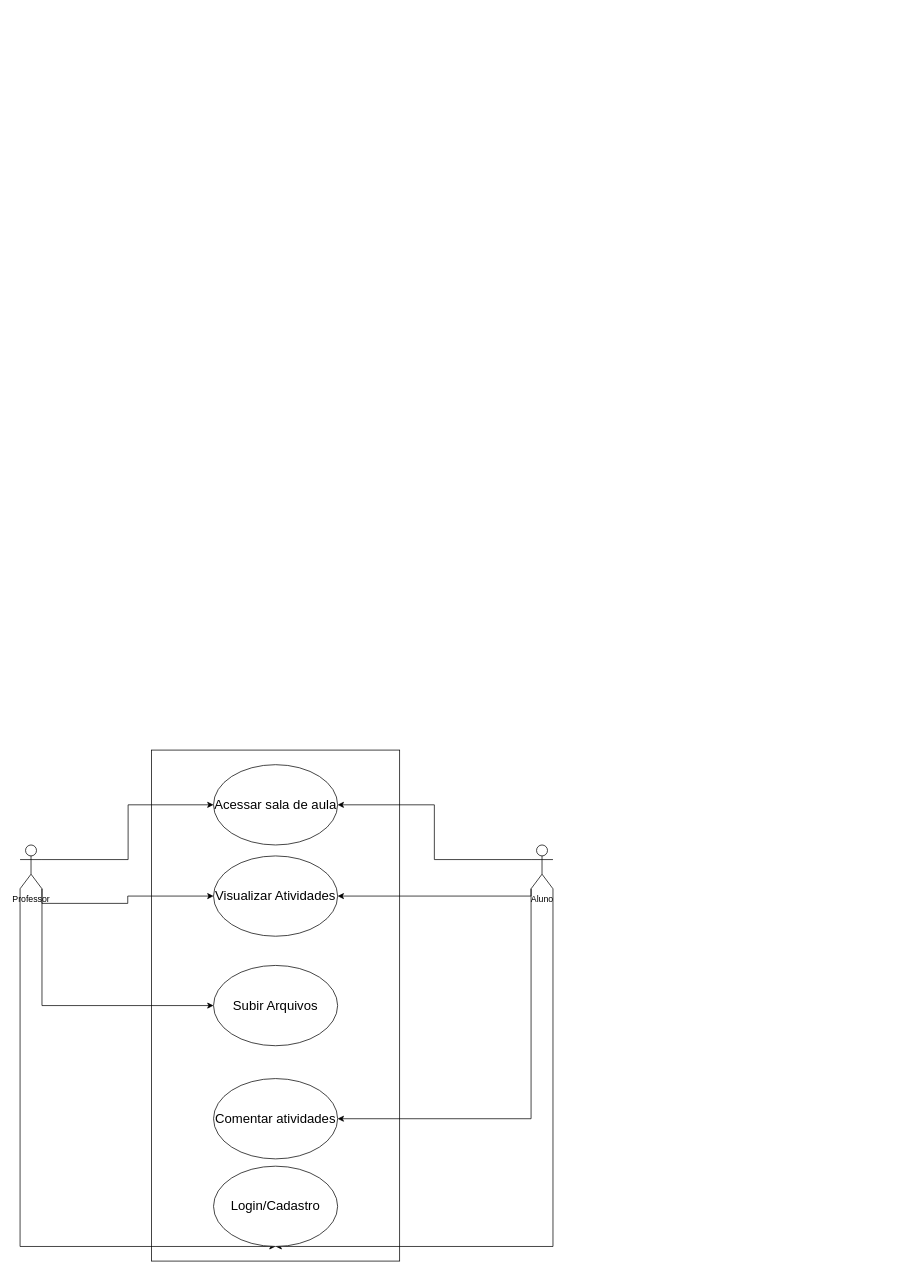
Earlier version of the draw.io diagram Diagrama sem nome.drawio (CodeCenter-TADS-UERJ-ZO/C). Source tidied: cells renumbered, new cells numbered last; positions are measured from the earlier drawing's top-left corner, leaving out a move shared by most shapes. Both pictures are drawn from the tidied source at 73%, with x=0, y=0 at pixel (20, 750).
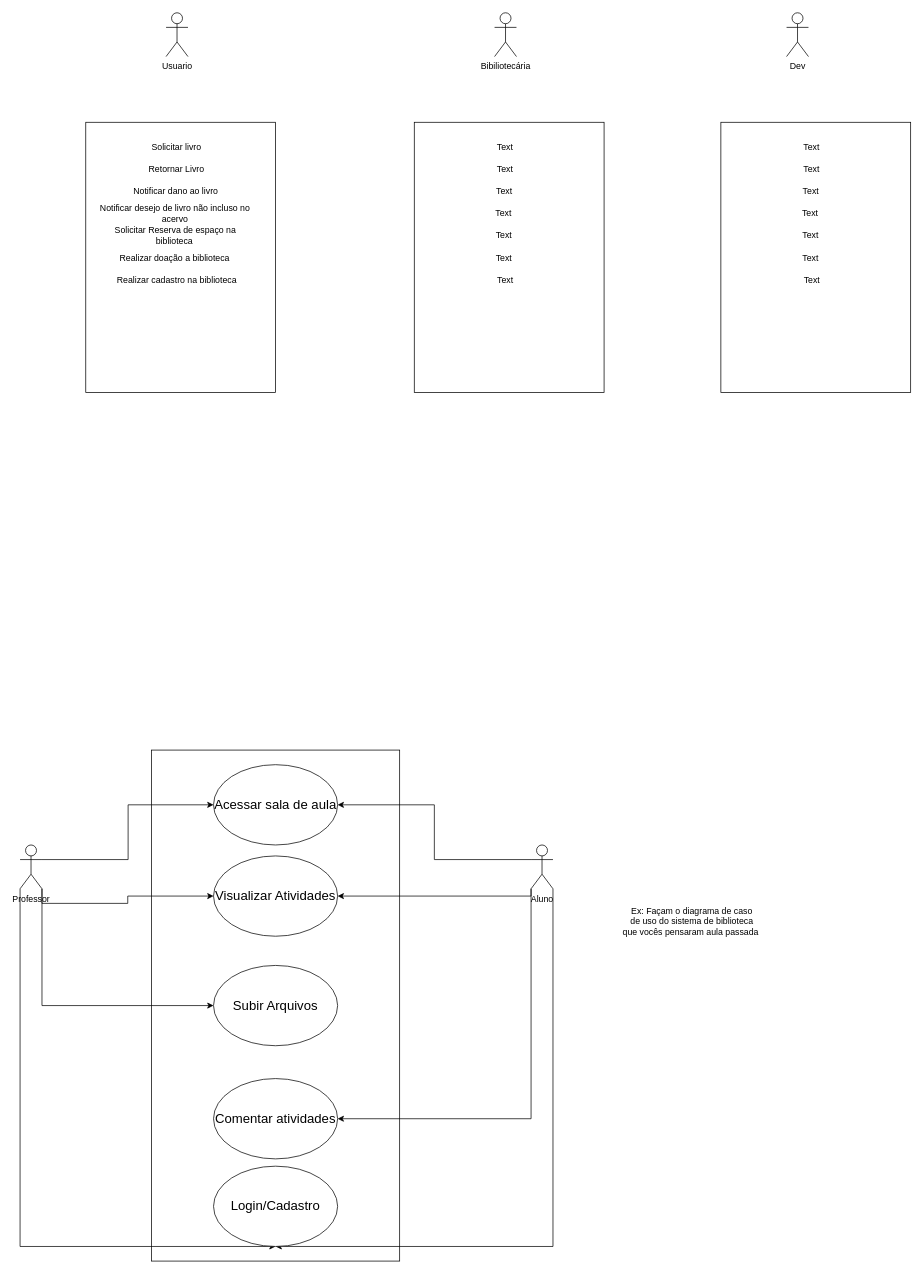
After the change.

Change to the diagram source:
```diff
@@
+    <mxCell id="18" value="Ex: Façam o diagrama de caso &lt;br&gt;de uso do sistema de biblioteca &lt;br&gt;que vocês pensaram aula passada&amp;nbsp;" style="text;html=1;align=center;verticalAlign=middle;strokeColor=none;fillColor=none;fontSize=12;perimeterSpacing=100;" parent="1" vertex="1">
+      <mxGeometry x="815" y="205" width="210" height="60" as="geometry" />
+    </mxCell>
+    <mxCell id="19" value="Usuario" style="shape=umlActor;verticalLabelPosition=bottom;verticalAlign=top;html=1;" parent="1" vertex="1">
+      <mxGeometry x="200" y="-1010" width="30" height="60" as="geometry" />
+    </mxCell>
+    <mxCell id="20" value="Bibiliotecária" style="shape=umlActor;verticalLabelPosition=bottom;verticalAlign=top;html=1;" parent="1" vertex="1">
+      <mxGeometry x="650" y="-1010" width="30" height="60" as="geometry" />
+    </mxCell>
+    <mxCell id="21" value="Dev&lt;br&gt;" style="shape=umlActor;verticalLabelPosition=bottom;verticalAlign=top;html=1;" parent="1" vertex="1">
+      <mxGeometry x="1050" y="-1010" width="30" height="60" as="geometry" />
+    </mxCell>
+    <mxCell id="22" style="rounded=0;whiteSpace=wrap;html=1;" parent="1" vertex="1">
+      <mxGeometry x="90" y="-860" width="260" height="370" as="geometry" />
+    </mxCell>
+    <mxCell id="23" value="Solicitar livro" style="text;html=1;strokeColor=none;fillColor=none;align=center;verticalAlign=middle;whiteSpace=wrap;rounded=0;" parent="1" vertex="1">
+      <mxGeometry x="107" y="-840" width="215" height="30" as="geometry" />
+    </mxCell>
+    <mxCell id="24" value="Retornar Livro" style="text;html=1;strokeColor=none;fillColor=none;align=center;verticalAlign=middle;whiteSpace=wrap;rounded=0;" parent="1" vertex="1">
+      <mxGeometry x="107" y="-810" width="215" height="30" as="geometry" />
+    </mxCell>
+    <mxCell id="25" value="Notificar dano ao livro" style="text;html=1;strokeColor=none;fillColor=none;align=center;verticalAlign=middle;whiteSpace=wrap;rounded=0;" parent="1" vertex="1">
+      <mxGeometry x="107.5" y="-780" width="211" height="30" as="geometry" />
+    </mxCell>
+    <mxCell id="26" value="Notificar desejo de livro não incluso no acervo" style="text;html=1;strokeColor=none;fillColor=none;align=center;verticalAlign=middle;whiteSpace=wrap;rounded=0;" parent="1" vertex="1">
+      <mxGeometry x="108" y="-750" width="209" height="30" as="geometry" />
+    </mxCell>
+    <mxCell id="27" value="Solicitar Reserva de espaço na biblioteca&lt;span style=&quot;white-space: pre;&quot;&gt;&#9;&lt;/span&gt;" style="text;html=1;strokeColor=none;fillColor=none;align=center;verticalAlign=middle;whiteSpace=wrap;rounded=0;" parent="1" vertex="1">
+      <mxGeometry x="109" y="-720" width="208" height="30" as="geometry" />
+    </mxCell>
+    <mxCell id="28" value="Realizar doação a biblioteca" style="text;html=1;strokeColor=none;fillColor=none;align=center;verticalAlign=middle;whiteSpace=wrap;rounded=0;" parent="1" vertex="1">
+      <mxGeometry x="107.5" y="-690" width="208" height="31" as="geometry" />
+    </mxCell>
+    <mxCell id="29" value="Realizar cadastro na biblioteca" style="text;html=1;strokeColor=none;fillColor=none;align=center;verticalAlign=middle;whiteSpace=wrap;rounded=0;" parent="1" vertex="1">
+      <mxGeometry x="110.5" y="-659" width="208" height="31" as="geometry" />
+    </mxCell>
+    <mxCell id="30" style="rounded=0;whiteSpace=wrap;html=1;" parent="1" vertex="1">
+      <mxGeometry x="540" y="-860" width="260" height="370" as="geometry" />
+    </mxCell>
+    <mxCell id="31" value="Text" style="text;html=1;strokeColor=none;fillColor=none;align=center;verticalAlign=middle;whiteSpace=wrap;rounded=0;" parent="1" vertex="1">
+      <mxGeometry x="557" y="-840" width="215" height="30" as="geometry" />
+    </mxCell>
+    <mxCell id="32" value="Text" style="text;html=1;strokeColor=none;fillColor=none;align=center;verticalAlign=middle;whiteSpace=wrap;rounded=0;" parent="1" vertex="1">
+      <mxGeometry x="557" y="-810" width="215" height="30" as="geometry" />
+    </mxCell>
+    <mxCell id="33" value="Text" style="text;html=1;strokeColor=none;fillColor=none;align=center;verticalAlign=middle;whiteSpace=wrap;rounded=0;" parent="1" vertex="1">
+      <mxGeometry x="557.5" y="-780" width="211" height="30" as="geometry" />
+    </mxCell>
+    <mxCell id="34" value="Text" style="text;html=1;strokeColor=none;fillColor=none;align=center;verticalAlign=middle;whiteSpace=wrap;rounded=0;" parent="1" vertex="1">
+      <mxGeometry x="558" y="-750" width="209" height="30" as="geometry" />
+    </mxCell>
+    <mxCell id="35" value="Text" style="text;html=1;strokeColor=none;fillColor=none;align=center;verticalAlign=middle;whiteSpace=wrap;rounded=0;" parent="1" vertex="1">
+      <mxGeometry x="559" y="-720" width="208" height="30" as="geometry" />
+    </mxCell>
+    <mxCell id="36" value="Text" style="text;html=1;strokeColor=none;fillColor=none;align=center;verticalAlign=middle;whiteSpace=wrap;rounded=0;" parent="1" vertex="1">
+      <mxGeometry x="559" y="-690" width="208" height="31" as="geometry" />
+    </mxCell>
+    <mxCell id="37" value="Text" style="text;html=1;strokeColor=none;fillColor=none;align=center;verticalAlign=middle;whiteSpace=wrap;rounded=0;" parent="1" vertex="1">
+      <mxGeometry x="560.5" y="-659" width="208" height="31" as="geometry" />
+    </mxCell>
+    <mxCell id="38" style="rounded=0;whiteSpace=wrap;html=1;" parent="1" vertex="1">
+      <mxGeometry x="960" y="-860" width="260" height="370" as="geometry" />
+    </mxCell>
+    <mxCell id="39" value="Text" style="text;html=1;strokeColor=none;fillColor=none;align=center;verticalAlign=middle;whiteSpace=wrap;rounded=0;" parent="1" vertex="1">
+      <mxGeometry x="977" y="-840" width="215" height="30" as="geometry" />
+    </mxCell>
+    <mxCell id="40" value="Text" style="text;html=1;strokeColor=none;fillColor=none;align=center;verticalAlign=middle;whiteSpace=wrap;rounded=0;" parent="1" vertex="1">
+      <mxGeometry x="977" y="-810" width="215" height="30" as="geometry" />
+    </mxCell>
+    <mxCell id="41" value="Text" style="text;html=1;strokeColor=none;fillColor=none;align=center;verticalAlign=middle;whiteSpace=wrap;rounded=0;" parent="1" vertex="1">
+      <mxGeometry x="977.5" y="-780" width="211" height="30" as="geometry" />
+    </mxCell>
+    <mxCell id="42" value="Text" style="text;html=1;strokeColor=none;fillColor=none;align=center;verticalAlign=middle;whiteSpace=wrap;rounded=0;" parent="1" vertex="1">
+      <mxGeometry x="978" y="-750" width="209" height="30" as="geometry" />
+    </mxCell>
+    <mxCell id="43" value="Text" style="text;html=1;strokeColor=none;fillColor=none;align=center;verticalAlign=middle;whiteSpace=wrap;rounded=0;" parent="1" vertex="1">
+      <mxGeometry x="979" y="-720" width="208" height="30" as="geometry" />
+    </mxCell>
+    <mxCell id="44" value="Text" style="text;html=1;strokeColor=none;fillColor=none;align=center;verticalAlign=middle;whiteSpace=wrap;rounded=0;" parent="1" vertex="1">
+      <mxGeometry x="979" y="-690" width="208" height="31" as="geometry" />
+    </mxCell>
+    <mxCell id="45" value="Text" style="text;html=1;strokeColor=none;fillColor=none;align=center;verticalAlign=middle;whiteSpace=wrap;rounded=0;" parent="1" vertex="1">
+      <mxGeometry x="980.5" y="-659" width="208" height="31" as="geometry" />
+    </mxCell>
```
